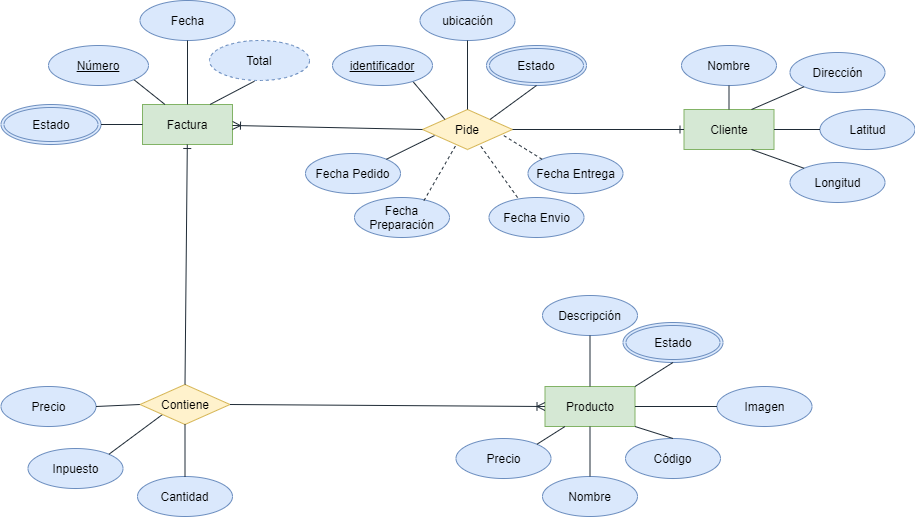
Earlier version of the draw.io export ModeloConceptualDomicilios.png (alfredo57i/ProyectoG59-03). Source tidied: cells renumbered, new cells last; positions are measured from the earlier drawing's top-left corner, leaving out a move shared by most shapes.
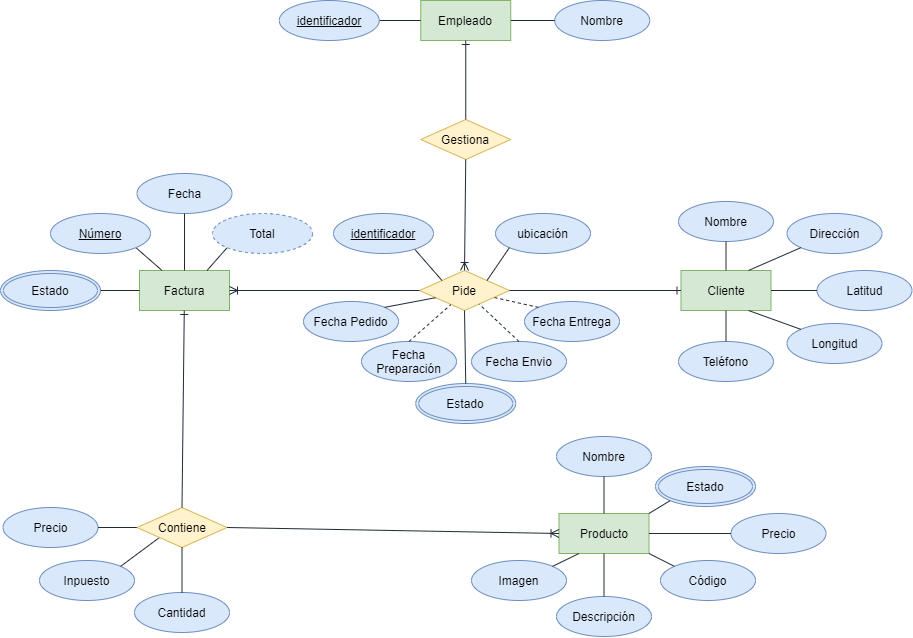
Later version of the same file.

Commit message:
Actualizacion Modelo Conceptual

What changed in the source:
```diff
@@ -6,7 +6,7 @@
       <mxGeometry x="682.5" y="109" width="90" height="40" as="geometry" />
     </mxCell>
     <mxCell id="3" value="Nombre" style="ellipse;whiteSpace=wrap;html=1;align=center;fillColor=#dae8fc;strokeColor=#6c8ebf;" parent="1" vertex="1">
-      <mxGeometry x="680" y="45" width="95" height="40" as="geometry" />
+      <mxGeometry x="680" y="40" width="95" height="40" as="geometry" />
     </mxCell>
     <mxCell id="4" value="Dirección" style="ellipse;whiteSpace=wrap;html=1;align=center;fillColor=#dae8fc;strokeColor=#6c8ebf;" parent="1" vertex="1">
       <mxGeometry x="788.5" y="52" width="95" height="40" as="geometry" />
@@ -33,13 +33,13 @@
       <mxGeometry x="421" y="109" width="90" height="40" as="geometry" />
     </mxCell>
     <mxCell id="12" value="Factura" style="whiteSpace=wrap;html=1;align=center;fillColor=#d5e8d4;strokeColor=#82b366;" parent="1" vertex="1">
-      <mxGeometry x="141" y="104" width="90" height="40" as="geometry" />
+      <mxGeometry x="141" y="109" width="90" height="40" as="geometry" />
     </mxCell>
     <mxCell id="13" value="Fecha" style="ellipse;whiteSpace=wrap;html=1;align=center;fillColor=#dae8fc;strokeColor=#6c8ebf;" parent="1" vertex="1">
-      <mxGeometry x="138.5" width="95" height="40" as="geometry" />
+      <mxGeometry x="138.5" y="12" width="95" height="40" as="geometry" />
     </mxCell>
     <mxCell id="14" value="Inpuesto" style="ellipse;whiteSpace=wrap;html=1;align=center;fillColor=#dae8fc;strokeColor=#6c8ebf;" parent="1" vertex="1">
-      <mxGeometry x="26.5" y="448" width="95" height="40" as="geometry" />
+      <mxGeometry x="41" y="399" width="95" height="40" as="geometry" />
     </mxCell>
     <mxCell id="15" style="endArrow=none;html=1;entryX=0.5;entryY=1;entryDx=0;entryDy=0;exitX=0.5;exitY=0;exitDx=0;exitDy=0;fillColor=#647687;strokeColor=#1F2B36;" parent="1" edge="1" source="12" target="13">
       <mxGeometry relative="1" as="geometry" />
@@ -47,62 +47,62 @@
     <mxCell id="16" style="endArrow=none;html=1;entryX=1;entryY=0;entryDx=0;entryDy=0;fillColor=#647687;strokeColor=#1F2B36;exitX=0;exitY=1;exitDx=0;exitDy=0;" parent="1" edge="1" source="39" target="14">
       <mxGeometry relative="1" as="geometry" />
     </mxCell>
-    <mxCell id="17" style="endArrow=none;html=1;entryX=0.75;entryY=0;entryDx=0;entryDy=0;fillColor=#647687;strokeColor=#1F2B36;exitX=0.449;exitY=1.018;exitDx=0;exitDy=0;exitPerimeter=0;" parent="1" edge="1" source="55" target="12">
+    <mxCell id="17" style="endArrow=none;html=1;entryX=0.75;entryY=0;entryDx=0;entryDy=0;fillColor=#647687;strokeColor=#1F2B36;exitX=0;exitY=1;exitDx=0;exitDy=0;" parent="1" edge="1" source="55" target="12">
       <mxGeometry relative="1" as="geometry" />
     </mxCell>
     <mxCell id="18" value="Precio" style="ellipse;whiteSpace=wrap;html=1;align=center;fillColor=#dae8fc;strokeColor=#6c8ebf;" parent="1" vertex="1">
-      <mxGeometry x="-0.5" y="386" width="95" height="40" as="geometry" />
+      <mxGeometry x="4.5" y="346" width="95" height="40" as="geometry" />
     </mxCell>
     <mxCell id="19" style="endArrow=none;html=1;entryX=0;entryY=0.5;entryDx=0;entryDy=0;fillColor=#647687;strokeColor=#1F2B36;exitX=1;exitY=0.5;exitDx=0;exitDy=0;" parent="1" edge="1" source="18" target="39">
       <mxGeometry relative="1" as="geometry" />
     </mxCell>
     <mxCell id="20" value="Fecha Pedido" style="ellipse;whiteSpace=wrap;html=1;align=center;fillColor=#dae8fc;strokeColor=#6c8ebf;" parent="1" vertex="1">
-      <mxGeometry x="304" y="153" width="95" height="40" as="geometry" />
+      <mxGeometry x="305" y="140" width="95" height="40" as="geometry" />
     </mxCell>
-    <mxCell id="21" style="endArrow=none;html=1;exitX=1;exitY=0;exitDx=0;exitDy=0;entryX=0.133;entryY=0.652;entryDx=0;entryDy=0;fillColor=#647687;strokeColor=#1F2B36;entryPerimeter=0;" parent="1" edge="1" source="20" target="11">
+    <mxCell id="21" style="endArrow=none;html=1;exitX=1;exitY=0;exitDx=0;exitDy=0;entryX=0.179;entryY=0.68;entryDx=0;entryDy=0;fillColor=#647687;strokeColor=#1F2B36;entryPerimeter=0;" parent="1" edge="1" source="20" target="11">
       <mxGeometry relative="1" as="geometry" />
     </mxCell>
     <mxCell id="22" value="Fecha Preparación" style="ellipse;whiteSpace=wrap;html=1;align=center;fillColor=#dae8fc;strokeColor=#6c8ebf;" parent="1" vertex="1">
-      <mxGeometry x="353" y="197" width="95" height="40" as="geometry" />
+      <mxGeometry x="363" y="180" width="95" height="40" as="geometry" />
     </mxCell>
     <mxCell id="23" value="Fecha Envio" style="ellipse;whiteSpace=wrap;html=1;align=center;fillColor=#dae8fc;strokeColor=#6c8ebf;" parent="1" vertex="1">
-      <mxGeometry x="487.5" y="197" width="95" height="40" as="geometry" />
+      <mxGeometry x="473" y="180" width="95" height="40" as="geometry" />
     </mxCell>
     <mxCell id="24" value="Estado" style="ellipse;shape=doubleEllipse;margin=3;whiteSpace=wrap;html=1;align=center;fillColor=#dae8fc;strokeColor=#6c8ebf;" parent="1" vertex="1">
-      <mxGeometry x="485" y="45" width="100" height="40" as="geometry" />
+      <mxGeometry x="417.2" y="222" width="100" height="40" as="geometry" />
     </mxCell>
-    <mxCell id="25" style="endArrow=none;html=1;entryX=1;entryY=0;entryDx=0;entryDy=0;exitX=0.5;exitY=1;exitDx=0;exitDy=0;fillColor=#647687;strokeColor=#1F2B36;" parent="1" edge="1" source="24" target="11">
+    <mxCell id="25" style="endArrow=none;html=1;entryX=0.5;entryY=1;entryDx=0;entryDy=0;exitX=0.5;exitY=0;exitDx=0;exitDy=0;fillColor=#647687;strokeColor=#1F2B36;" parent="1" edge="1" source="24" target="11">
       <mxGeometry relative="1" as="geometry" />
     </mxCell>
     <mxCell id="26" value="Fecha Entrega" style="ellipse;whiteSpace=wrap;html=1;align=center;fillColor=#dae8fc;strokeColor=#6c8ebf;" parent="1" vertex="1">
-      <mxGeometry x="526.5" y="153" width="95" height="40" as="geometry" />
+      <mxGeometry x="526" y="140" width="95" height="40" as="geometry" />
     </mxCell>
-    <mxCell id="27" style="endArrow=none;html=1;exitX=0.731;exitY=0.077;exitDx=0;exitDy=0;fillColor=#647687;strokeColor=#1F2B36;dashed=1;entryX=0.372;entryY=0.889;entryDx=0;entryDy=0;entryPerimeter=0;exitPerimeter=0;" parent="1" edge="1" source="22" target="11">
+    <mxCell id="27" style="endArrow=none;html=1;exitX=0.5;exitY=0;exitDx=0;exitDy=0;fillColor=#647687;strokeColor=#1F2B36;dashed=1;entryX=0.348;entryY=0.854;entryDx=0;entryDy=0;entryPerimeter=0;" parent="1" edge="1" source="22" target="11">
       <mxGeometry relative="1" as="geometry" />
     </mxCell>
-    <mxCell id="28" style="endArrow=none;html=1;entryX=0.639;entryY=0.891;entryDx=0;entryDy=0;fillColor=#647687;strokeColor=#1F2B36;dashed=1;entryPerimeter=0;exitX=0.301;exitY=0.002;exitDx=0;exitDy=0;exitPerimeter=0;" parent="1" edge="1" source="23" target="11">
+    <mxCell id="28" style="endArrow=none;html=1;entryX=0.664;entryY=0.844;entryDx=0;entryDy=0;fillColor=#647687;strokeColor=#1F2B36;dashed=1;entryPerimeter=0;exitX=0.5;exitY=0;exitDx=0;exitDy=0;" parent="1" edge="1" source="23" target="11">
       <mxGeometry relative="1" as="geometry" />
     </mxCell>
-    <mxCell id="29" style="endArrow=none;html=1;exitX=0;exitY=0;exitDx=0;exitDy=0;entryX=0.885;entryY=0.627;entryDx=0;entryDy=0;fillColor=#647687;strokeColor=#1F2B36;dashed=1;entryPerimeter=0;" parent="1" edge="1" source="26" target="11">
+    <mxCell id="29" style="endArrow=none;html=1;exitX=0;exitY=0;exitDx=0;exitDy=0;entryX=0.83;entryY=0.675;entryDx=0;entryDy=0;fillColor=#647687;strokeColor=#1F2B36;dashed=1;entryPerimeter=0;" parent="1" edge="1" source="26" target="11">
       <mxGeometry relative="1" as="geometry" />
     </mxCell>
     <mxCell id="30" value="Producto" style="whiteSpace=wrap;html=1;align=center;fillColor=#d5e8d4;strokeColor=#82b366;" parent="1" vertex="1">
-      <mxGeometry x="543.5" y="386" width="90" height="40" as="geometry" />
+      <mxGeometry x="560.5" y="352" width="90" height="40" as="geometry" />
     </mxCell>
-    <mxCell id="31" value="Descripción" style="ellipse;whiteSpace=wrap;html=1;align=center;fillColor=#dae8fc;strokeColor=#6c8ebf;" parent="1" vertex="1">
-      <mxGeometry x="541" y="295" width="95" height="40" as="geometry" />
+    <mxCell id="31" value="Nombre" style="ellipse;whiteSpace=wrap;html=1;align=center;fillColor=#dae8fc;strokeColor=#6c8ebf;" parent="1" vertex="1">
+      <mxGeometry x="558" y="275" width="95" height="40" as="geometry" />
     </mxCell>
-    <mxCell id="32" value="Imagen" style="ellipse;whiteSpace=wrap;html=1;align=center;fillColor=#dae8fc;strokeColor=#6c8ebf;" parent="1" vertex="1">
-      <mxGeometry x="715.5" y="386" width="95" height="40" as="geometry" />
+    <mxCell id="32" value="Precio" style="ellipse;whiteSpace=wrap;html=1;align=center;fillColor=#dae8fc;strokeColor=#6c8ebf;" parent="1" vertex="1">
+      <mxGeometry x="732.5" y="352" width="95" height="40" as="geometry" />
     </mxCell>
     <mxCell id="33" value="Estado" style="ellipse;shape=doubleEllipse;margin=3;whiteSpace=wrap;html=1;align=center;fillColor=#dae8fc;strokeColor=#6c8ebf;" parent="1" vertex="1">
-      <mxGeometry x="621.5" y="322" width="100" height="40" as="geometry" />
+      <mxGeometry x="657" y="305" width="100" height="40" as="geometry" />
     </mxCell>
-    <mxCell id="34" style="endArrow=none;html=1;entryX=1;entryY=0;entryDx=0;entryDy=0;exitX=0.5;exitY=1;exitDx=0;exitDy=0;fillColor=#647687;strokeColor=#1F2B36;" parent="1" edge="1" source="33" target="30">
+    <mxCell id="34" style="endArrow=none;html=1;entryX=1;entryY=0;entryDx=0;entryDy=0;exitX=0;exitY=1;exitDx=0;exitDy=0;fillColor=#647687;strokeColor=#1F2B36;" parent="1" edge="1" source="33" target="30">
       <mxGeometry relative="1" as="geometry" />
     </mxCell>
-    <mxCell id="35" value="Precio" style="ellipse;whiteSpace=wrap;html=1;align=center;fillColor=#dae8fc;strokeColor=#6c8ebf;" parent="1" vertex="1">
-      <mxGeometry x="454.5" y="438" width="95" height="40" as="geometry" />
+    <mxCell id="35" value="Imagen" style="ellipse;whiteSpace=wrap;html=1;align=center;fillColor=#dae8fc;strokeColor=#6c8ebf;" parent="1" vertex="1">
+      <mxGeometry x="473" y="399" width="95" height="40" as="geometry" />
     </mxCell>
     <mxCell id="36" style="endArrow=none;html=1;entryX=0.5;entryY=0;entryDx=0;entryDy=0;fillColor=#647687;strokeColor=#1F2B36;" parent="1" edge="1" source="31" target="30">
       <mxGeometry relative="1" as="geometry" />
@@ -114,7 +114,7 @@
       <mxGeometry relative="1" as="geometry" />
     </mxCell>
     <mxCell id="39" value="Contiene" style="shape=rhombus;perimeter=rhombusPerimeter;whiteSpace=wrap;html=1;align=center;fillColor=#fff2cc;strokeColor=#d6b656;" parent="1" vertex="1">
-      <mxGeometry x="138.5" y="384" width="90" height="40" as="geometry" />
+      <mxGeometry x="138.5" y="346" width="90" height="40" as="geometry" />
     </mxCell>
     <mxCell id="40" style="fontSize=12;html=1;endArrow=ERoneToMany;fillColor=#647687;strokeColor=#1F2B36;exitX=1;exitY=0.5;exitDx=0;exitDy=0;entryX=0;entryY=0.5;entryDx=0;entryDy=0;" parent="1" edge="1" source="39" target="30">
       <mxGeometry relative="1" as="geometry" />
@@ -126,19 +126,19 @@
       <mxGeometry relative="1" as="geometry" />
     </mxCell>
     <mxCell id="43" value="Cantidad" style="ellipse;whiteSpace=wrap;html=1;align=center;fillColor=#dae8fc;strokeColor=#6c8ebf;" parent="1" vertex="1">
-      <mxGeometry x="136" y="476" width="95" height="40" as="geometry" />
+      <mxGeometry x="136" y="431" width="95" height="40" as="geometry" />
     </mxCell>
     <mxCell id="44" style="endArrow=none;html=1;entryX=0.5;entryY=1;entryDx=0;entryDy=0;exitX=0.5;exitY=0;exitDx=0;exitDy=0;fillColor=#647687;strokeColor=#1F2B36;" parent="1" edge="1" source="43" target="39">
       <mxGeometry relative="1" as="geometry" />
     </mxCell>
     <mxCell id="45" value="Estado" style="ellipse;shape=doubleEllipse;margin=3;whiteSpace=wrap;html=1;align=center;fillColor=#dae8fc;strokeColor=#6c8ebf;" parent="1" vertex="1">
-      <mxGeometry x="-0.5" y="104" width="100" height="40" as="geometry" />
+      <mxGeometry x="2" y="109" width="100" height="40" as="geometry" />
     </mxCell>
     <mxCell id="46" style="endArrow=none;html=1;entryX=1;entryY=0.5;entryDx=0;entryDy=0;fillColor=#647687;strokeColor=#1F2B36;exitX=0;exitY=0.5;exitDx=0;exitDy=0;" parent="1" edge="1" source="12" target="45">
       <mxGeometry relative="1" as="geometry" />
     </mxCell>
-    <mxCell id="47" value="Nombre" style="ellipse;whiteSpace=wrap;html=1;align=center;fillColor=#dae8fc;strokeColor=#6c8ebf;" parent="1" vertex="1">
-      <mxGeometry x="541" y="476" width="95" height="40" as="geometry" />
+    <mxCell id="47" value="Descripción" style="ellipse;whiteSpace=wrap;html=1;align=center;fillColor=#dae8fc;strokeColor=#6c8ebf;" parent="1" vertex="1">
+      <mxGeometry x="558" y="435" width="95" height="40" as="geometry" />
     </mxCell>
     <mxCell id="48" style="endArrow=none;html=1;entryX=0.5;entryY=0;entryDx=0;entryDy=0;exitX=0.5;exitY=1;exitDx=0;exitDy=0;fillColor=#647687;strokeColor=#1F2B36;" parent="1" edge="1" source="30" target="47">
       <mxGeometry relative="1" as="geometry" />
@@ -147,31 +147,61 @@
       <mxGeometry relative="1" as="geometry" />
     </mxCell>
     <mxCell id="50" value="Número" style="ellipse;whiteSpace=wrap;html=1;align=center;fontStyle=4;fillColor=#dae8fc;strokeColor=#6c8ebf;" parent="1" vertex="1">
-      <mxGeometry x="47" y="45" width="100" height="40" as="geometry" />
+      <mxGeometry x="52" y="52" width="100" height="40" as="geometry" />
     </mxCell>
     <mxCell id="51" value="Código" style="ellipse;whiteSpace=wrap;html=1;align=center;fillColor=#dae8fc;strokeColor=#6c8ebf;" parent="1" vertex="1">
-      <mxGeometry x="624" y="438" width="95" height="40" as="geometry" />
+      <mxGeometry x="662" y="399" width="95" height="40" as="geometry" />
     </mxCell>
-    <mxCell id="52" style="endArrow=none;html=1;exitX=0.5;exitY=0;exitDx=0;exitDy=0;entryX=1;entryY=1;entryDx=0;entryDy=0;fillColor=#647687;strokeColor=#1F2B36;" parent="1" edge="1" source="51" target="30">
+    <mxCell id="52" style="endArrow=none;html=1;exitX=0;exitY=0;exitDx=0;exitDy=0;entryX=1;entryY=1;entryDx=0;entryDy=0;fillColor=#647687;strokeColor=#1F2B36;" parent="1" edge="1" source="51" target="30">
       <mxGeometry relative="1" as="geometry" />
     </mxCell>
     <mxCell id="53" style="endArrow=none;html=1;entryX=0;entryY=0;entryDx=0;entryDy=0;fillColor=#647687;strokeColor=#1F2B36;exitX=0.5;exitY=0;exitDx=0;exitDy=0;" parent="1" edge="1" source="54" target="11">
       <mxGeometry relative="1" as="geometry" />
     </mxCell>
     <mxCell id="54" value="identificador" style="ellipse;whiteSpace=wrap;html=1;align=center;fontStyle=4;fillColor=#dae8fc;strokeColor=#6c8ebf;" parent="1" vertex="1">
-      <mxGeometry x="331" y="45" width="100" height="40" as="geometry" />
+      <mxGeometry x="335" y="52" width="100" height="40" as="geometry" />
     </mxCell>
     <mxCell id="55" value="Total" style="ellipse;whiteSpace=wrap;html=1;align=center;dashed=1;fillColor=#dae8fc;strokeColor=#6c8ebf;" parent="1" vertex="1">
-      <mxGeometry x="208" y="40" width="100" height="40" as="geometry" />
+      <mxGeometry x="214" y="52" width="100" height="40" as="geometry" />
     </mxCell>
     <mxCell id="56" style="fontSize=12;html=1;endArrow=ERoneToMany;fillColor=#647687;strokeColor=#1F2B36;exitX=0;exitY=0.5;exitDx=0;exitDy=0;" parent="1" edge="1" source="11" target="12">
       <mxGeometry relative="1" as="geometry" />
     </mxCell>
     <mxCell id="57" value="ubicación" style="ellipse;whiteSpace=wrap;html=1;align=center;fillColor=#dae8fc;strokeColor=#6c8ebf;" parent="1" vertex="1">
-      <mxGeometry x="418.5" width="95" height="40" as="geometry" />
+      <mxGeometry x="497" y="52" width="95" height="40" as="geometry" />
     </mxCell>
-    <mxCell id="58" style="endArrow=none;html=1;exitX=0.5;exitY=1;exitDx=0;exitDy=0;entryX=0.5;entryY=0;entryDx=0;entryDy=0;fillColor=#647687;strokeColor=#1F2B36;" parent="1" edge="1" source="57" target="11">
+    <mxCell id="58" style="endArrow=none;html=1;fillColor=#647687;strokeColor=#1F2B36;exitX=0;exitY=1;exitDx=0;exitDy=0;entryX=1;entryY=0;entryDx=0;entryDy=0;" parent="1" edge="1" source="57" target="11">
       <mxGeometry relative="1" as="geometry" />
     </mxCell>
+    <mxCell id="59" value="Teléfono" style="ellipse;whiteSpace=wrap;html=1;align=center;fillColor=#dae8fc;strokeColor=#6c8ebf;" parent="1" vertex="1">
+      <mxGeometry x="680" y="180" width="95" height="40" as="geometry" />
+    </mxCell>
+    <mxCell id="60" style="endArrow=none;html=1;entryX=0.5;entryY=0;entryDx=0;entryDy=0;exitX=0.5;exitY=1;exitDx=0;exitDy=0;fillColor=#647687;strokeColor=#1F2B36;" parent="1" edge="1" source="2" target="59">
+      <mxGeometry relative="1" as="geometry" />
+    </mxCell>
+    <mxCell id="61" value="Empleado" style="whiteSpace=wrap;html=1;align=center;fillColor=#d5e8d4;strokeColor=#82b366;" parent="1" vertex="1">
+      <mxGeometry x="422.2" y="-161" width="90" height="40" as="geometry" />
+    </mxCell>
+    <mxCell id="62" value="Nombre" style="ellipse;whiteSpace=wrap;html=1;align=center;fillColor=#dae8fc;strokeColor=#6c8ebf;" parent="1" vertex="1">
+      <mxGeometry x="556.2" y="-161" width="95" height="40" as="geometry" />
+    </mxCell>
+    <mxCell id="63" style="endArrow=none;html=1;entryX=1;entryY=0.5;entryDx=0;entryDy=0;fillColor=#647687;strokeColor=#1F2B36;exitX=0;exitY=0.5;exitDx=0;exitDy=0;" parent="1" edge="1" source="62" target="61">
+      <mxGeometry relative="1" as="geometry" />
+    </mxCell>
+    <mxCell id="64" style="endArrow=none;html=1;exitX=1;exitY=0.5;exitDx=0;exitDy=0;entryX=0;entryY=0.5;entryDx=0;entryDy=0;fillColor=#647687;strokeColor=#1F2B36;" parent="1" edge="1" source="66" target="61">
+      <mxGeometry relative="1" as="geometry" />
+    </mxCell>
+    <mxCell id="65" value="Gestiona" style="shape=rhombus;perimeter=rhombusPerimeter;whiteSpace=wrap;html=1;align=center;fillColor=#fff2cc;strokeColor=#d6b656;" parent="1" vertex="1">
+      <mxGeometry x="422.2" y="-42" width="90" height="40" as="geometry" />
+    </mxCell>
+    <mxCell id="66" value="identificador" style="ellipse;whiteSpace=wrap;html=1;align=center;fontStyle=4;fillColor=#dae8fc;strokeColor=#6c8ebf;" parent="1" vertex="1">
+      <mxGeometry x="280.8" y="-161" width="100" height="40" as="geometry" />
+    </mxCell>
+    <mxCell id="67" style="fontSize=12;html=1;endArrow=ERone;endFill=1;fillColor=#647687;strokeColor=#1F2B36;entryX=0.5;entryY=1;entryDx=0;entryDy=0;exitX=0.5;exitY=0;exitDx=0;exitDy=0;" parent="1" edge="1" source="65" target="61">
+      <mxGeometry relative="1" as="geometry" />
+    </mxCell>
+    <mxCell id="68" style="fontSize=12;html=1;endArrow=ERoneToMany;fillColor=#647687;strokeColor=#1F2B36;exitX=0.5;exitY=1;exitDx=0;exitDy=0;entryX=0.5;entryY=0;entryDx=0;entryDy=0;" parent="1" edge="1" source="65" target="11">
+      <mxGeometry relative="1" as="geometry" />
+    </mxCell>
   </root>
 </mxGraphModel>
```
